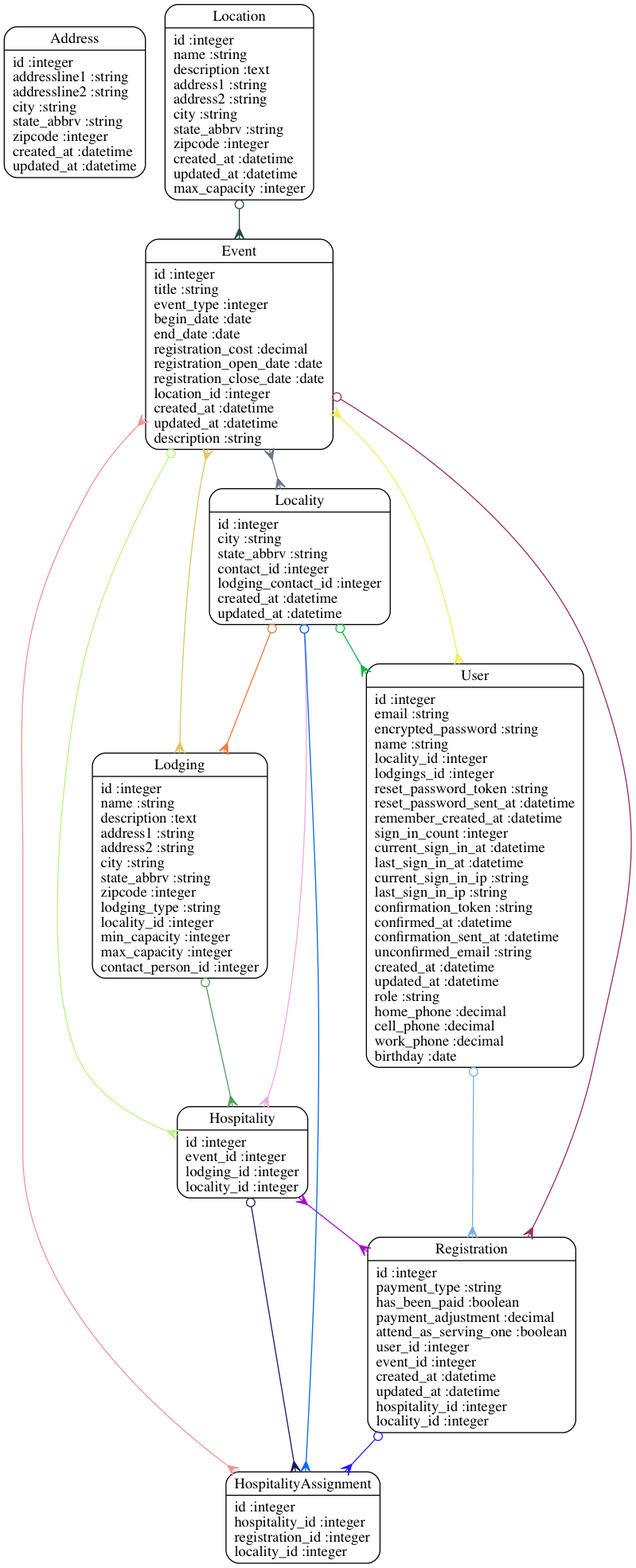
Before: models.png, a diagram exported from Graphviz (hdfelix/ypreg). Its source is kept beside it as models.dot. Its diagram source:
```dot
digraph models_diagram {
	graph[overlap=false, splines=true]
	"Address" [shape=Mrecord, label="{Address|id :integer\laddressline1 :string\laddressline2 :string\lcity :string\lstate_abbrv :string\lzipcode :integer\lcreated_at :datetime\lupdated_at :datetime\l}"]
	"Event" [shape=Mrecord, label="{Event|id :integer\ltitle :string\levent_type :integer\lbegin_date :date\lend_date :date\lregistration_cost :decimal\lregistration_open_date :date\lregistration_close_date :date\llocation_id :integer\lcreated_at :datetime\lupdated_at :datetime\ldescription :string\l}"]
	"Hospitality" [shape=Mrecord, label="{Hospitality|id :integer\levent_id :integer\llodging_id :integer\llocality_id :integer\l}"]
	"HospitalityAssignment" [shape=Mrecord, label="{HospitalityAssignment|id :integer\lhospitality_id :integer\lregistration_id :integer\llocality_id :integer\l}"]
	"Locality" [shape=Mrecord, label="{Locality|id :integer\lcity :string\lstate_abbrv :string\lcontact_id :integer\llodging_contact_id :integer\lcreated_at :datetime\lupdated_at :datetime\l}"]
	"Location" [shape=Mrecord, label="{Location|id :integer\lname :string\ldescription :text\laddress1 :string\laddress2 :string\lcity :string\lstate_abbrv :string\lzipcode :integer\lcreated_at :datetime\lupdated_at :datetime\lmax_capacity :integer\l}"]
	"Lodging" [shape=Mrecord, label="{Lodging|id :integer\lname :string\ldescription :text\laddress1 :string\laddress2 :string\lcity :string\lstate_abbrv :string\lzipcode :integer\llodging_type :string\llocality_id :integer\lmin_capacity :integer\lmax_capacity :integer\lcontact_person_id :integer\l}"]
	"Registration" [shape=Mrecord, label="{Registration|id :integer\lpayment_type :string\lhas_been_paid :boolean\lpayment_adjustment :decimal\lattend_as_serving_one :boolean\luser_id :integer\levent_id :integer\lcreated_at :datetime\lupdated_at :datetime\lhospitality_id :integer\llocality_id :integer\l}"]
	"User" [shape=Mrecord, label="{User|id :integer\lemail :string\lencrypted_password :string\lname :string\llocality_id :integer\llodgings_id :integer\lreset_password_token :string\lreset_password_sent_at :datetime\lremember_created_at :datetime\lsign_in_count :integer\lcurrent_sign_in_at :datetime\llast_sign_in_at :datetime\lcurrent_sign_in_ip :string\llast_sign_in_ip :string\lconfirmation_token :string\lconfirmed_at :datetime\lconfirmation_sent_at :datetime\lunconfirmed_email :string\lcreated_at :datetime\lupdated_at :datetime\lrole :string\lhome_phone :decimal\lcell_phone :decimal\lwork_phone :decimal\lbirthday :date\l}"]
	"Event" -> "Registration" [arrowtail=odot, arrowhead=crow, dir=both color="#972F62"]
	"Event" -> "User" [arrowtail=crow, arrowhead=crow, dir=both color="#F1EF5A"]
	"Event" -> "Locality" [arrowtail=crow, arrowhead=crow, dir=both color="#687786"]
	"Event" -> "Hospitality" [arrowtail=odot, arrowhead=crow, dir=both color="#B7F682"]
	"Event" -> "Lodging" [arrowtail=crow, arrowhead=crow, dir=both color="#E3C55E"]
	"Event" -> "HospitalityAssignment" [arrowtail=crow, arrowhead=crow, dir=both color="#F09694"]
	"Hospitality" -> "HospitalityAssignment" [arrowtail=odot, arrowhead=crow, dir=both color="#191D5C"]
	"Hospitality" -> "Registration" [arrowtail=crow, arrowhead=crow, dir=both color="#AD08D9"]
	"Locality" -> "User" [arrowtail=odot, arrowhead=crow, dir=both color="#10B844"]
	"Locality" -> "HospitalityAssignment" [arrowtail=odot, arrowhead=crow, dir=both color="#036BF3"]
	"Locality" -> "Lodging" [arrowtail=odot, arrowhead=crow, dir=both color="#ED7A3F"]
	"Locality" -> "Hospitality" [arrowtail=odot, arrowhead=crow, dir=both color="#EDABDE"]
	"Location" -> "Event" [arrowtail=odot, arrowhead=crow, dir=both color="#224D48"]
	"Lodging" -> "Hospitality" [arrowtail=odot, arrowhead=crow, dir=both color="#51A05C"]
	"Registration" -> "HospitalityAssignment" [arrowtail=odot, arrowhead=crow, dir=both color="#2C18FB"]
	"User" -> "Registration" [arrowtail=odot, arrowhead=crow, dir=both color="#77AFE4"]
}
```
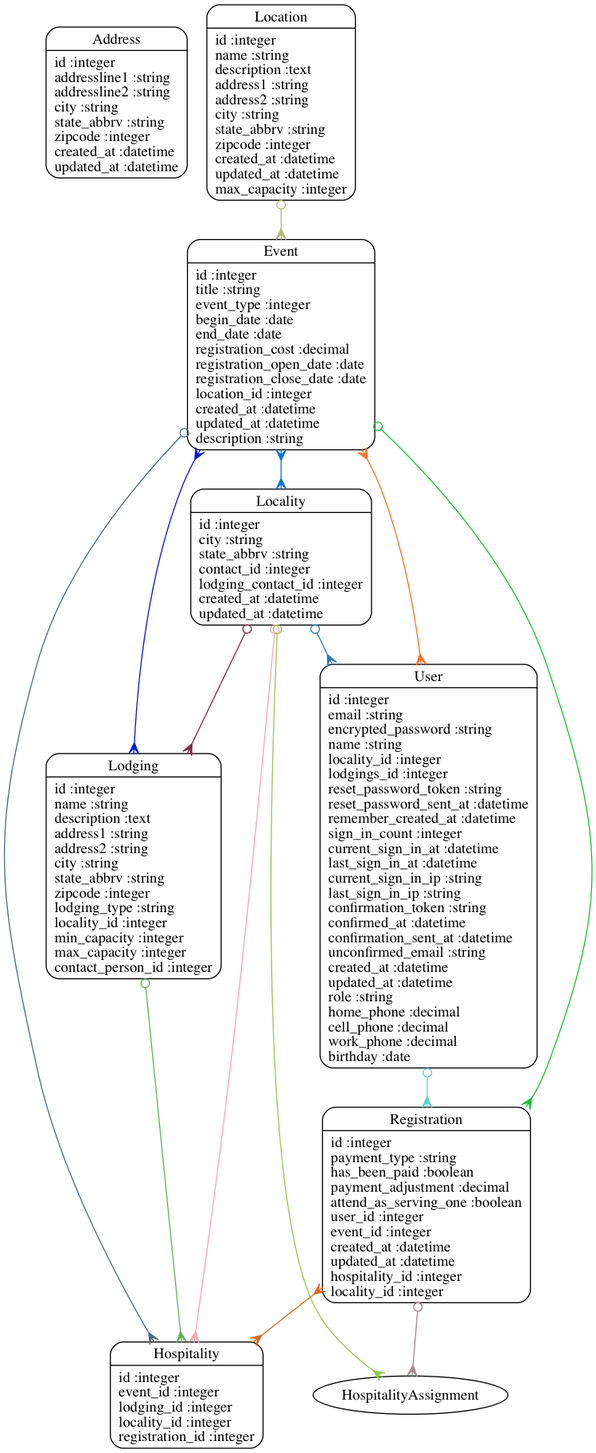
After the change.

Commit message:
Updated models & diagram

What changed in the source:
```diff
@@ -2,27 +2,24 @@
 	graph[overlap=false, splines=true]
 	"Address" [shape=Mrecord, label="{Address|id :integer\laddressline1 :string\laddressline2 :string\lcity :string\lstate_abbrv :string\lzipcode :integer\lcreated_at :datetime\lupdated_at :datetime\l}"]
 	"Event" [shape=Mrecord, label="{Event|id :integer\ltitle :string\levent_type :integer\lbegin_date :date\lend_date :date\lregistration_cost :decimal\lregistration_open_date :date\lregistration_close_date :date\llocation_id :integer\lcreated_at :datetime\lupdated_at :datetime\ldescription :string\l}"]
-	"Hospitality" [shape=Mrecord, label="{Hospitality|id :integer\levent_id :integer\llodging_id :integer\llocality_id :integer\l}"]
-	"HospitalityAssignment" [shape=Mrecord, label="{HospitalityAssignment|id :integer\lhospitality_id :integer\lregistration_id :integer\llocality_id :integer\l}"]
+	"Hospitality" [shape=Mrecord, label="{Hospitality|id :integer\levent_id :integer\llodging_id :integer\llocality_id :integer\lregistration_id :integer\l}"]
 	"Locality" [shape=Mrecord, label="{Locality|id :integer\lcity :string\lstate_abbrv :string\lcontact_id :integer\llodging_contact_id :integer\lcreated_at :datetime\lupdated_at :datetime\l}"]
 	"Location" [shape=Mrecord, label="{Location|id :integer\lname :string\ldescription :text\laddress1 :string\laddress2 :string\lcity :string\lstate_abbrv :string\lzipcode :integer\lcreated_at :datetime\lupdated_at :datetime\lmax_capacity :integer\l}"]
 	"Lodging" [shape=Mrecord, label="{Lodging|id :integer\lname :string\ldescription :text\laddress1 :string\laddress2 :string\lcity :string\lstate_abbrv :string\lzipcode :integer\llodging_type :string\llocality_id :integer\lmin_capacity :integer\lmax_capacity :integer\lcontact_person_id :integer\l}"]
 	"Registration" [shape=Mrecord, label="{Registration|id :integer\lpayment_type :string\lhas_been_paid :boolean\lpayment_adjustment :decimal\lattend_as_serving_one :boolean\luser_id :integer\levent_id :integer\lcreated_at :datetime\lupdated_at :datetime\lhospitality_id :integer\llocality_id :integer\l}"]
 	"User" [shape=Mrecord, label="{User|id :integer\lemail :string\lencrypted_password :string\lname :string\llocality_id :integer\llodgings_id :integer\lreset_password_token :string\lreset_password_sent_at :datetime\lremember_created_at :datetime\lsign_in_count :integer\lcurrent_sign_in_at :datetime\llast_sign_in_at :datetime\lcurrent_sign_in_ip :string\llast_sign_in_ip :string\lconfirmation_token :string\lconfirmed_at :datetime\lconfirmation_sent_at :datetime\lunconfirmed_email :string\lcreated_at :datetime\lupdated_at :datetime\lrole :string\lhome_phone :decimal\lcell_phone :decimal\lwork_phone :decimal\lbirthday :date\l}"]
-	"Event" -> "Registration" [arrowtail=odot, arrowhead=crow, dir=both color="#972F62"]
-	"Event" -> "User" [arrowtail=crow, arrowhead=crow, dir=both color="#F1EF5A"]
-	"Event" -> "Locality" [arrowtail=crow, arrowhead=crow, dir=both color="#687786"]
-	"Event" -> "Hospitality" [arrowtail=odot, arrowhead=crow, dir=both color="#B7F682"]
-	"Event" -> "Lodging" [arrowtail=crow, arrowhead=crow, dir=both color="#E3C55E"]
-	"Event" -> "HospitalityAssignment" [arrowtail=crow, arrowhead=crow, dir=both color="#F09694"]
-	"Hospitality" -> "HospitalityAssignment" [arrowtail=odot, arrowhead=crow, dir=both color="#191D5C"]
-	"Hospitality" -> "Registration" [arrowtail=crow, arrowhead=crow, dir=both color="#AD08D9"]
-	"Locality" -> "User" [arrowtail=odot, arrowhead=crow, dir=both color="#10B844"]
-	"Locality" -> "HospitalityAssignment" [arrowtail=odot, arrowhead=crow, dir=both color="#036BF3"]
-	"Locality" -> "Lodging" [arrowtail=odot, arrowhead=crow, dir=both color="#ED7A3F"]
-	"Locality" -> "Hospitality" [arrowtail=odot, arrowhead=crow, dir=both color="#EDABDE"]
-	"Location" -> "Event" [arrowtail=odot, arrowhead=crow, dir=both color="#224D48"]
-	"Lodging" -> "Hospitality" [arrowtail=odot, arrowhead=crow, dir=both color="#51A05C"]
-	"Registration" -> "HospitalityAssignment" [arrowtail=odot, arrowhead=crow, dir=both color="#2C18FB"]
-	"User" -> "Registration" [arrowtail=odot, arrowhead=crow, dir=both color="#77AFE4"]
+	"Event" -> "Registration" [arrowtail=odot, arrowhead=crow, dir=both color="#1EBD35"]
+	"Event" -> "User" [arrowtail=crow, arrowhead=crow, dir=both color="#FA7325"]
+	"Event" -> "Locality" [arrowtail=crow, arrowhead=crow, dir=both color="#0B73DA"]
+	"Event" -> "Hospitality" [arrowtail=odot, arrowhead=crow, dir=both color="#4A6C84"]
+	"Event" -> "Lodging" [arrowtail=crow, arrowhead=crow, dir=both color="#0718CA"]
+	"Locality" -> "User" [arrowtail=odot, arrowhead=crow, dir=both color="#2F7CB6"]
+	"Locality" -> "HospitalityAssignment" [arrowtail=odot, arrowhead=crow, dir=both color="#94C951"]
+	"Locality" -> "Lodging" [arrowtail=odot, arrowhead=crow, dir=both color="#792E42"]
+	"Locality" -> "Hospitality" [arrowtail=odot, arrowhead=crow, dir=both color="#FDA3B5"]
+	"Location" -> "Event" [arrowtail=odot, arrowhead=crow, dir=both color="#B3B879"]
+	"Lodging" -> "Hospitality" [arrowtail=odot, arrowhead=crow, dir=both color="#63AF62"]
+	"Registration" -> "HospitalityAssignment" [arrowtail=odot, arrowhead=crow, dir=both color="#A08B8E"]
+	"Registration" -> "Hospitality" [arrowtail=crow, arrowhead=crow, dir=both color="#D36C22"]
+	"User" -> "Registration" [arrowtail=odot, arrowhead=crow, dir=both color="#61CFCE"]
 }
```
